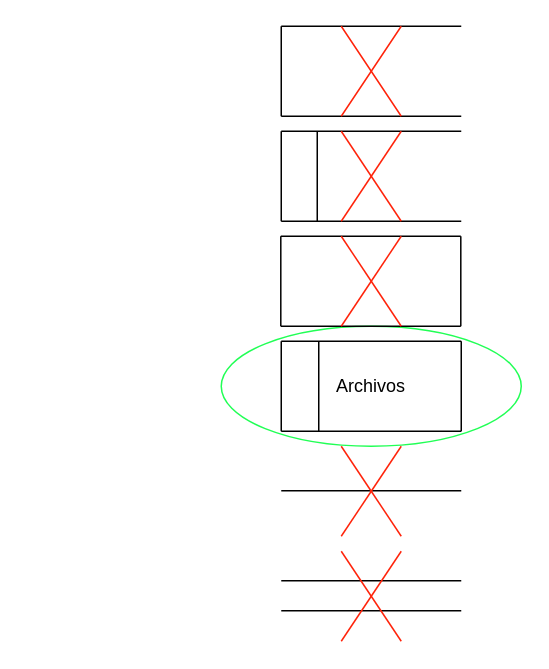
NicoGomezM/Codigos_Latex keeps this draw.io diagram as page "Archivos" (3 of 6) of ARCHIVOS/SistemasdeInformacion/Dibujos.drawio. Above is the earlier version. Source tidied: cells renumbered, new cells numbered last; positions are measured from the earlier drawing's top-left corner, leaving out a move shared by most shapes. Both pictures are drawn from the tidied source at 150%, with x=0, y=0 at pixel (220, 26).
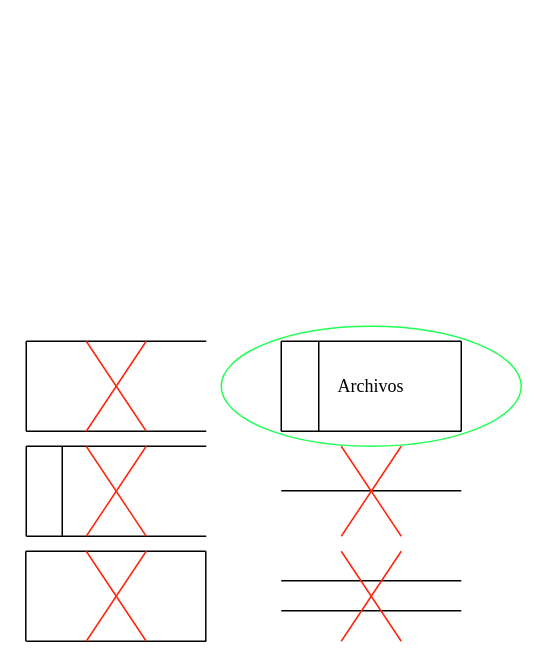
The same page after the edit.

Diff of the diagram source:
```diff
@@
     <mxCell id="3" style="endArrow=none;html=1;rounded=0;" parent="1" edge="1">
       <mxGeometry relative="1" as="geometry">
-        <mxPoint x="40" y="60" as="sourcePoint" />
-        <mxPoint x="40" as="targetPoint" />
+        <mxPoint x="-130" y="270" as="sourcePoint" />
+        <mxPoint x="-130" y="210" as="targetPoint" />
       </mxGeometry>
     </mxCell>
     <mxCell id="4" style="endArrow=none;html=1;rounded=0;exitX=1;exitY=0;exitDx=0;exitDy=0;" parent="1" edge="1">
       <mxGeometry relative="1" as="geometry">
-        <mxPoint x="160" as="sourcePoint" />
-        <mxPoint x="40" as="targetPoint" />
+        <mxPoint x="-10" y="210" as="sourcePoint" />
+        <mxPoint x="-130" y="210" as="targetPoint" />
       </mxGeometry>
     </mxCell>
     <mxCell id="5" style="endArrow=none;html=1;rounded=0;exitX=1;exitY=1;exitDx=0;exitDy=0;" parent="1" edge="1">
       <mxGeometry relative="1" as="geometry">
-        <mxPoint x="160" y="60" as="sourcePoint" />
-        <mxPoint x="40" y="60" as="targetPoint" />
+        <mxPoint x="-10" y="270" as="sourcePoint" />
+        <mxPoint x="-130" y="270" as="targetPoint" />
       </mxGeometry>
     </mxCell>
     <mxCell id="6" style="endArrow=none;html=1;rounded=0;" parent="1" edge="1">
       <mxGeometry relative="1" as="geometry">
-        <mxPoint x="40" y="130" as="sourcePoint" />
-        <mxPoint x="40" y="70" as="targetPoint" />
+        <mxPoint x="-130" y="340" as="sourcePoint" />
+        <mxPoint x="-130" y="280" as="targetPoint" />
       </mxGeometry>
     </mxCell>
     <mxCell id="7" style="endArrow=none;html=1;rounded=0;" parent="1" edge="1">
       <mxGeometry relative="1" as="geometry">
-        <mxPoint x="160" y="70" as="sourcePoint" />
-        <mxPoint x="40" y="70" as="targetPoint" />
+        <mxPoint x="-10" y="280" as="sourcePoint" />
+        <mxPoint x="-130" y="280" as="targetPoint" />
       </mxGeometry>
     </mxCell>
     <mxCell id="8" style="endArrow=none;html=1;rounded=0;" parent="1" edge="1">
       <mxGeometry relative="1" as="geometry">
-        <mxPoint x="160" y="130" as="sourcePoint" />
-        <mxPoint x="40" y="130" as="targetPoint" />
+        <mxPoint x="-10" y="340" as="sourcePoint" />
+        <mxPoint x="-130" y="340" as="targetPoint" />
       </mxGeometry>
     </mxCell>
     <mxCell id="9" style="endArrow=none;html=1;rounded=0;" parent="1" edge="1">
       <mxGeometry relative="1" as="geometry">
-        <mxPoint x="64" y="130" as="sourcePoint" />
-        <mxPoint x="64" y="70" as="targetPoint" />
+        <mxPoint x="-106" y="340" as="sourcePoint" />
+        <mxPoint x="-106" y="280" as="targetPoint" />
       </mxGeometry>
     </mxCell>
     <mxCell id="10" style="endArrow=none;html=1;rounded=0;" parent="1" edge="1">
       <mxGeometry relative="1" as="geometry">
-        <mxPoint x="39.7" y="200" as="sourcePoint" />
-        <mxPoint x="39.7" y="140" as="targetPoint" />
+        <mxPoint x="-130.3" y="410" as="sourcePoint" />
+        <mxPoint x="-130.3" y="350" as="targetPoint" />
       </mxGeometry>
     </mxCell>
     <mxCell id="11" style="endArrow=none;html=1;rounded=0;" parent="1" edge="1">
       <mxGeometry relative="1" as="geometry">
-        <mxPoint x="159.7" y="140" as="sourcePoint" />
-        <mxPoint x="39.7" y="140" as="targetPoint" />
+        <mxPoint x="-10.3" y="350" as="sourcePoint" />
+        <mxPoint x="-130.3" y="350" as="targetPoint" />
       </mxGeometry>
     </mxCell>
     <mxCell id="12" style="endArrow=none;html=1;rounded=0;" parent="1" edge="1">
       <mxGeometry relative="1" as="geometry">
-        <mxPoint x="159.7" y="200" as="sourcePoint" />
-        <mxPoint x="39.7" y="200" as="targetPoint" />
+        <mxPoint x="-10" y="410" as="sourcePoint" />
+        <mxPoint x="-130" y="410" as="targetPoint" />
       </mxGeometry>
     </mxCell>
     <mxCell id="13" style="endArrow=none;html=1;rounded=0;" parent="1" edge="1">
       <mxGeometry relative="1" as="geometry">
-        <mxPoint x="159.7" y="200" as="sourcePoint" />
-        <mxPoint x="159.7" y="140" as="targetPoint" />
+        <mxPoint x="-10.3" y="410" as="sourcePoint" />
+        <mxPoint x="-10.3" y="350" as="targetPoint" />
       </mxGeometry>
     </mxCell>
@@
-    <mxCell id="22" value="Archivos" style="text;strokeColor=none;align=center;fillColor=none;html=1;verticalAlign=middle;whiteSpace=wrap;rounded=0;" parent="1" vertex="1">
+    <mxCell id="22" value="Archivos" style="text;strokeColor=none;align=center;fillColor=none;html=1;verticalAlign=middle;whiteSpace=wrap;rounded=0;fontFamily=Times New Roman;" parent="1" vertex="1">
       <mxGeometry x="70" y="225" width="60" height="30" as="geometry" />
     </mxCell>
     <mxCell id="23" style="endArrow=none;html=1;rounded=0;strokeColor=#FF230A;" parent="1" edge="1">
       <mxGeometry relative="1" as="geometry">
-        <mxPoint x="80" y="200" as="sourcePoint" />
-        <mxPoint x="120" y="140" as="targetPoint" />
+        <mxPoint x="-90" y="410" as="sourcePoint" />
+        <mxPoint x="-50" y="350" as="targetPoint" />
         <Array as="points">
-          <mxPoint x="100" y="170" />
+          <mxPoint x="-70" y="380" />
         </Array>
       </mxGeometry>
     </mxCell>
     <mxCell id="24" style="endArrow=none;html=1;rounded=0;strokeColor=#FF230A;" parent="1" edge="1">
       <mxGeometry relative="1" as="geometry">
-        <mxPoint x="120" y="200" as="sourcePoint" />
-        <mxPoint x="80" y="140" as="targetPoint" />
+        <mxPoint x="-50" y="410" as="sourcePoint" />
+        <mxPoint x="-90" y="350" as="targetPoint" />
         <Array as="points">
-          <mxPoint x="100" y="170" />
+          <mxPoint x="-70" y="380" />
         </Array>
       </mxGeometry>
     </mxCell>
     <mxCell id="25" style="endArrow=none;html=1;rounded=0;strokeColor=#FF230A;" parent="1" edge="1">
       <mxGeometry relative="1" as="geometry">
-        <mxPoint x="80" y="130" as="sourcePoint" />
-        <mxPoint x="120" y="70" as="targetPoint" />
+        <mxPoint x="-90" y="340" as="sourcePoint" />
+        <mxPoint x="-50" y="280" as="targetPoint" />
         <Array as="points">
-          <mxPoint x="100" y="100" />
+          <mxPoint x="-70" y="310" />
         </Array>
       </mxGeometry>
     </mxCell>
     <mxCell id="26" style="endArrow=none;html=1;rounded=0;strokeColor=#FF230A;" parent="1" edge="1">
       <mxGeometry relative="1" as="geometry">
-        <mxPoint x="120" y="130" as="sourcePoint" />
-        <mxPoint x="80" y="70" as="targetPoint" />
+        <mxPoint x="-50" y="340" as="sourcePoint" />
+        <mxPoint x="-90" y="280" as="targetPoint" />
         <Array as="points">
-          <mxPoint x="100" y="100" />
+          <mxPoint x="-70" y="310" />
         </Array>
       </mxGeometry>
     </mxCell>
     <mxCell id="27" style="endArrow=none;html=1;rounded=0;strokeColor=#FF230A;" parent="1" edge="1">
       <mxGeometry relative="1" as="geometry">
-        <mxPoint x="80" y="60" as="sourcePoint" />
-        <mxPoint x="120" as="targetPoint" />
+        <mxPoint x="-90" y="270" as="sourcePoint" />
+        <mxPoint x="-50" y="210" as="targetPoint" />
         <Array as="points">
-          <mxPoint x="100" y="30" />
+          <mxPoint x="-70" y="240" />
         </Array>
       </mxGeometry>
     </mxCell>
     <mxCell id="28" style="endArrow=none;html=1;rounded=0;strokeColor=#FF230A;" parent="1" edge="1">
       <mxGeometry relative="1" as="geometry">
-        <mxPoint x="120" y="60" as="sourcePoint" />
-        <mxPoint x="80" as="targetPoint" />
+        <mxPoint x="-50" y="270" as="sourcePoint" />
+        <mxPoint x="-90" y="210" as="targetPoint" />
         <Array as="points">
-          <mxPoint x="100" y="30" />
+          <mxPoint x="-70" y="240" />
         </Array>
       </mxGeometry>
     </mxCell>
```
